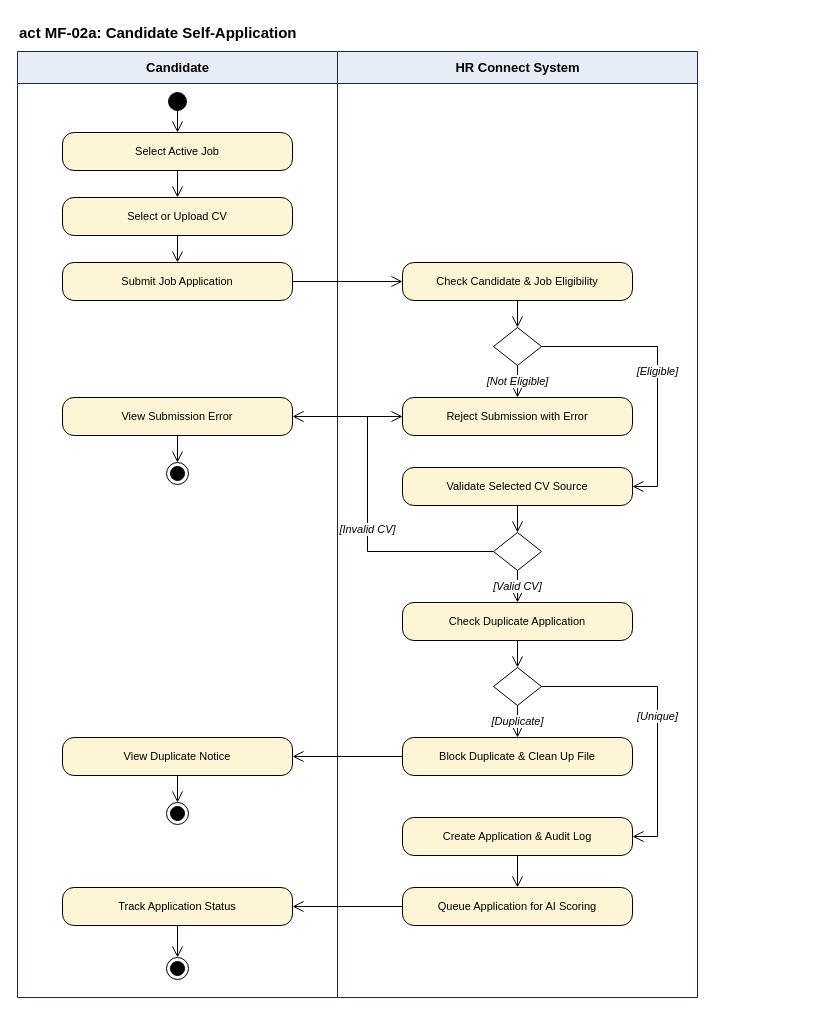
The draw.io diagram docs/diagrams/activity/source/act-mf02a-candidate-self-application.drawio in hoangqui794/hr-connect, before the edit. Source tidied: cells renumbered, new cells numbered last; positions are measured from the earlier drawing's top-left corner, leaving out a move shared by most shapes. Both pictures are drawn from the tidied source at 100%, with x=0, y=0 at pixel (17, 17).
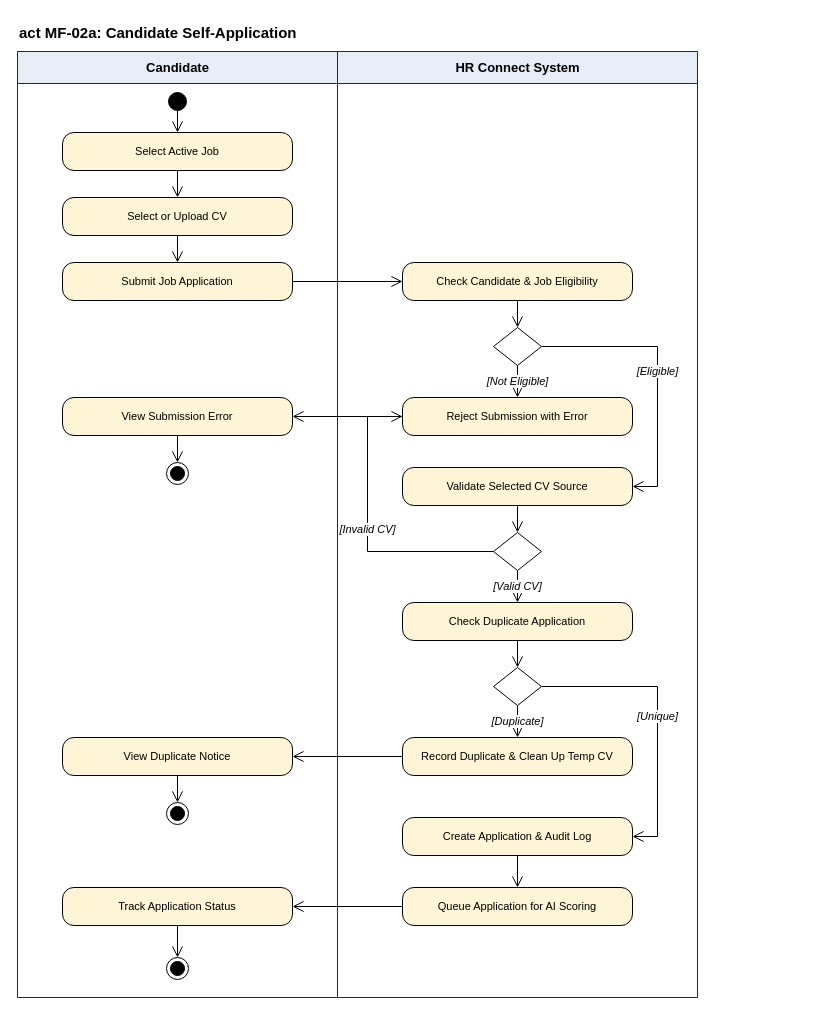
The same page after the edit.

Change to the diagram source:
```diff
@@
-    <mxCell id="18" value="Block Duplicate &amp; Clean Up File" style="rounded=1;arcSize=30;whiteSpace=wrap;html=1;fillColor=#FDF5D6;strokeColor=#000000;fontSize=11;fontStyle=0;fontFamily=Helvetica;" parent="1" vertex="1">
+    <mxCell id="18" value="Record Duplicate &amp; Clean Up Temp CV" style="rounded=1;arcSize=30;whiteSpace=wrap;html=1;fillColor=#FDF5D6;strokeColor=#000000;fontSize=11;fontStyle=0;fontFamily=Helvetica;" parent="1" vertex="1">
       <mxGeometry x="385" y="720" width="230" height="38" as="geometry" />
     </mxCell>
```
